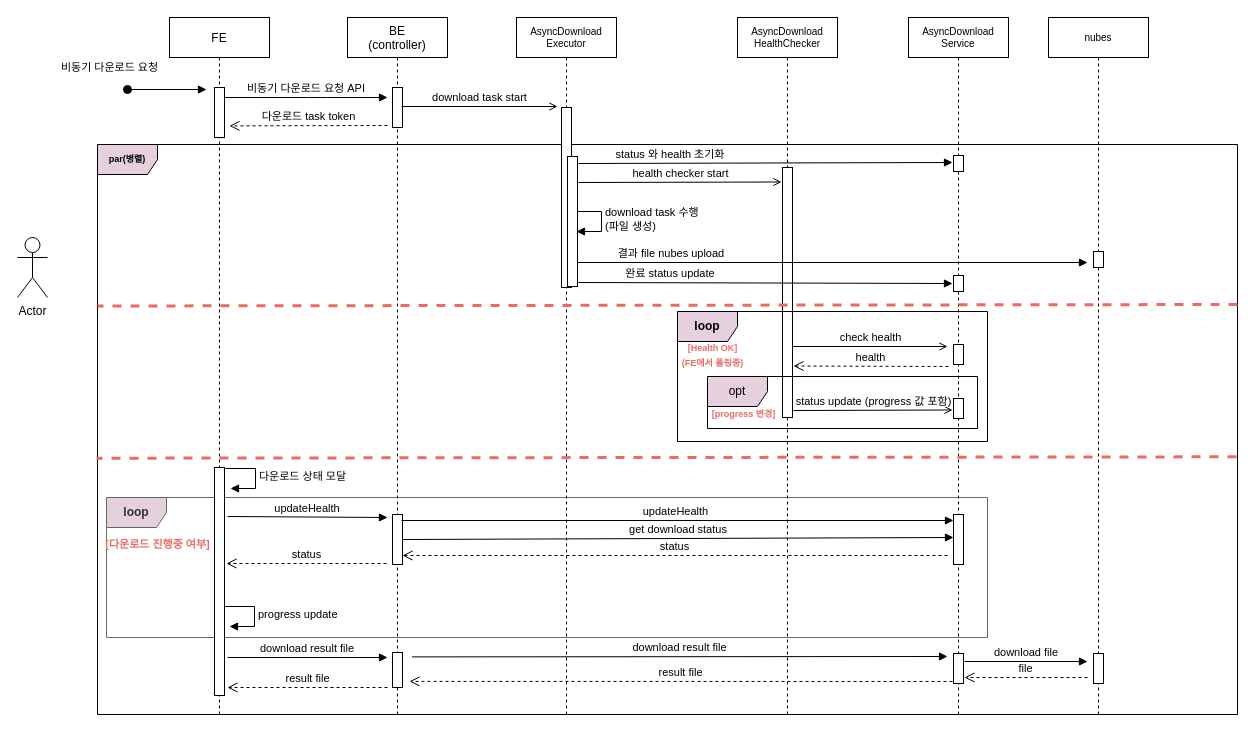
shani88/test keeps this draw.io diagram as 제목 없는 다이어그램.drawio. Above is the earlier version. Source tidied: cells renumbered, new cells numbered last; positions are measured from the earlier drawing's top-left corner, leaving out a move shared by most shapes. Both pictures are drawn from the tidied source at 100%, with x=0, y=0 at pixel (17, 17).
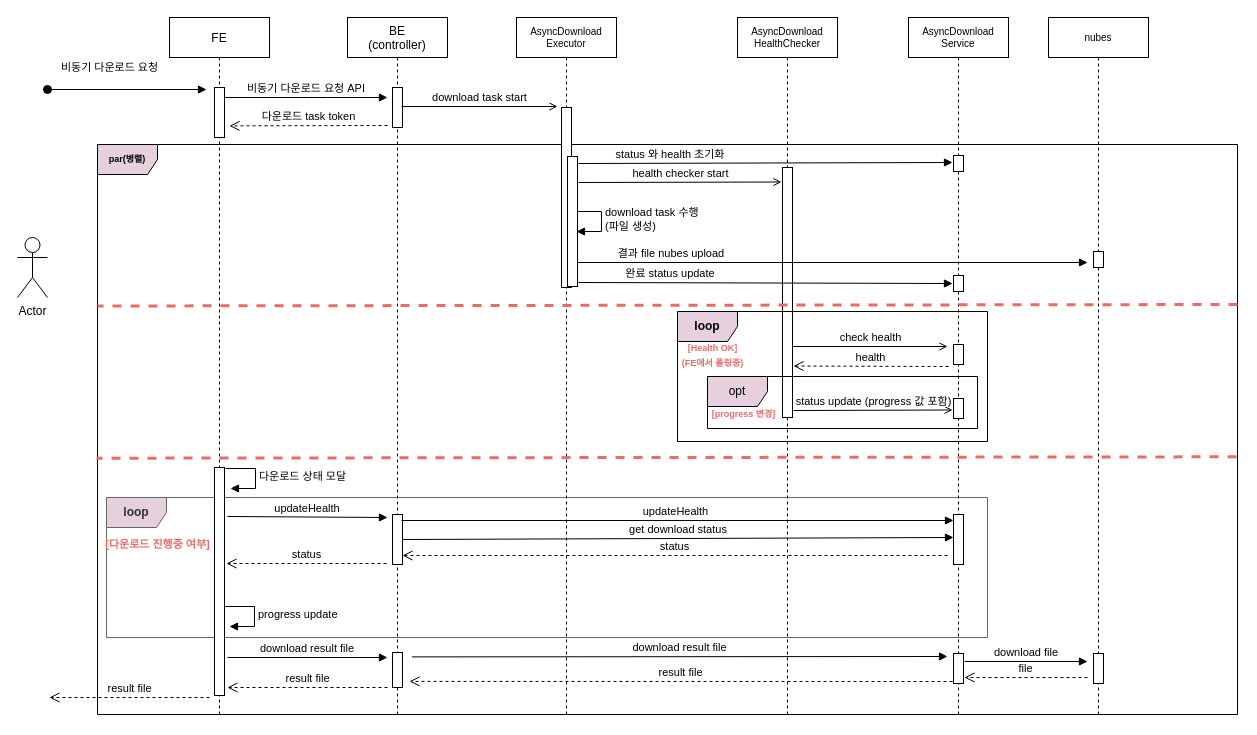
After the change.

Commit message (it also covers changes not shown here):
제목 없는 다이어그램.drawio 업데이트

Unchanged cells that the change refers to:
```xml
<mxCell id="4" value="FE" style="shape=umlLifeline;perimeter=lifelinePerimeter;rounded=0;shadow=0;strokeWidth=1;" parent="1" vertex="1">
  <mxGeometry x="152" width="100" height="700" as="geometry" />
</mxCell>
```

The edit, as a diff of the source:
```diff
@@
     <mxCell id="6" style="verticalAlign=bottom;startArrow=oval;endArrow=block;startSize=8;shadow=0;strokeWidth=1;" parent="4" edge="1">
       <mxGeometry relative="1" as="geometry">
-        <mxPoint x="-42" y="72" as="sourcePoint" />
+        <mxPoint x="-122" y="72" as="sourcePoint" />
         <mxPoint x="37" y="72" as="targetPoint" />
       </mxGeometry>
     </mxCell>
@@
+    <mxCell id="60" value="result file" style="html=1;verticalAlign=bottom;endArrow=open;dashed=1;endSize=8;rounded=0;" parent="1" edge="1">
+      <mxGeometry relative="1" as="geometry">
+        <mxPoint x="192" y="680" as="sourcePoint" />
+        <mxPoint x="32" y="680" as="targetPoint" />
+      </mxGeometry>
+    </mxCell>
```
